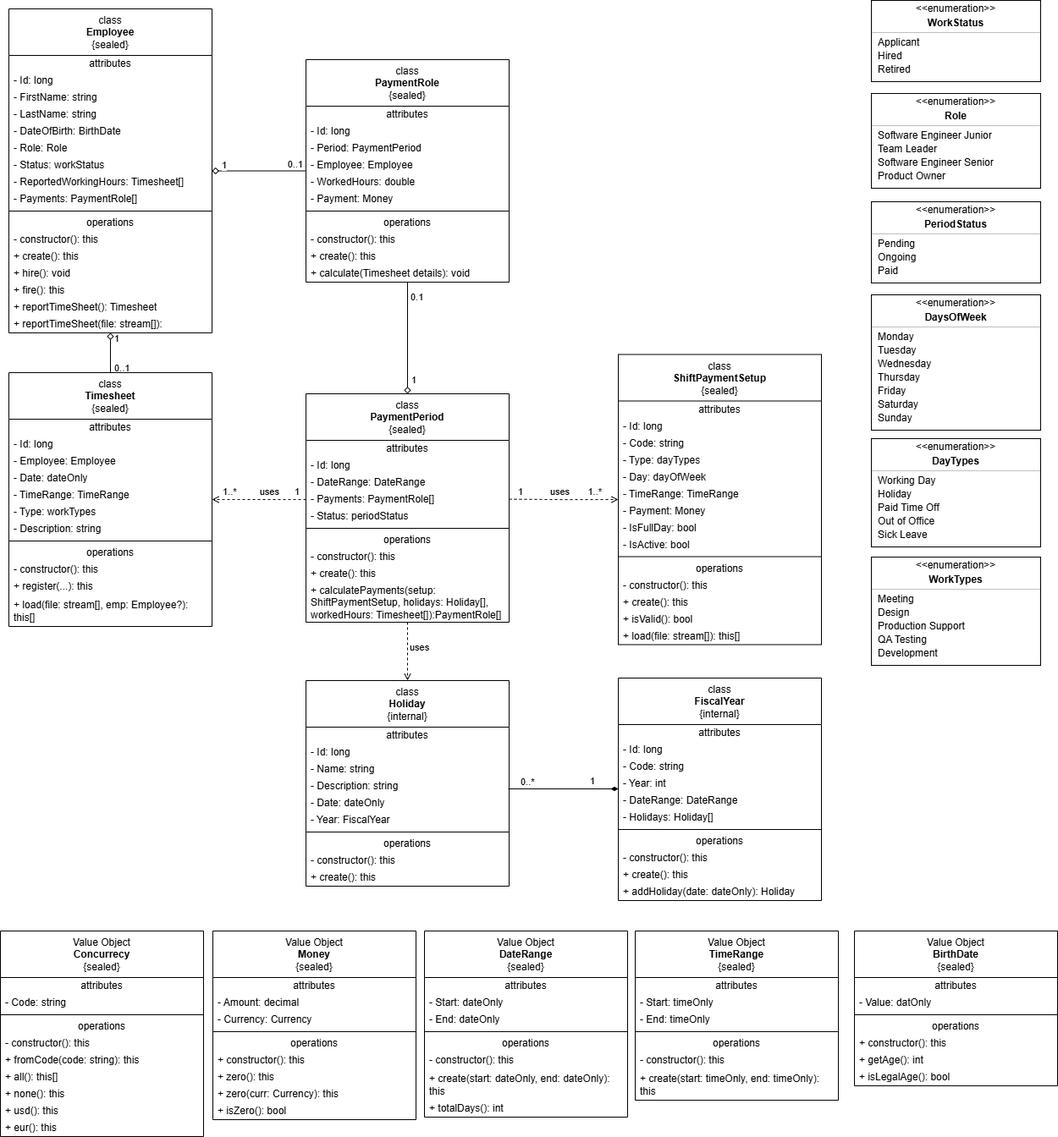
This is docs/images/domain-model.png from rsmacias/PaymentCalculator, a draw.io export, as it was before one commit. Source tidied: cells renumbered, new cells last; positions are measured from the earlier drawing's top-left corner, leaving out a move shared by most shapes.
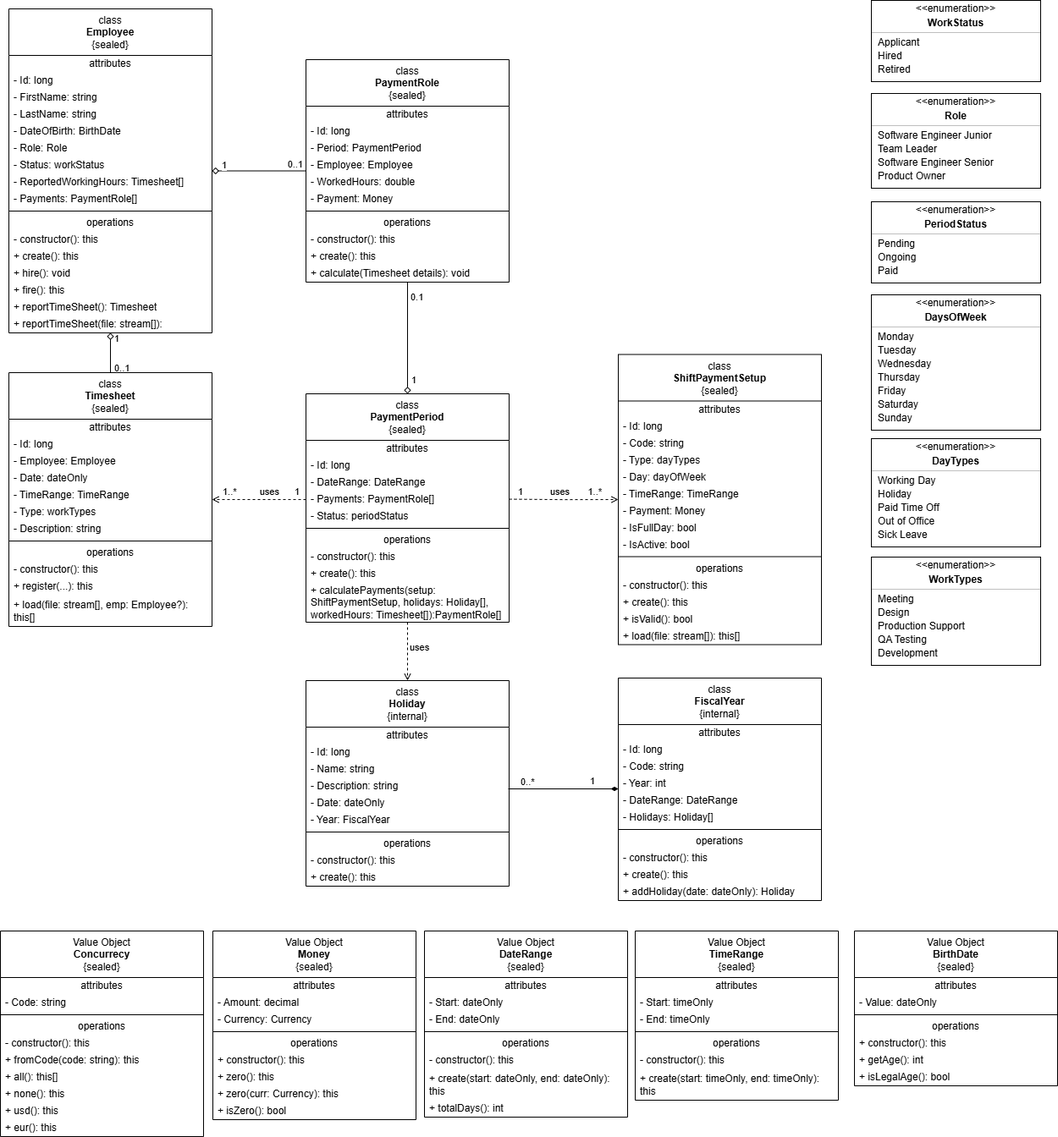
After the commit.

Commit message:
fix(diagram): minor fix on the birthdate value object image.

The edit, as a diff of the source:
```diff
@@ -648,7 +648,7 @@
     <mxCell id="213" value="attributes" style="text;html=1;strokeColor=none;fillColor=none;align=center;verticalAlign=middle;spacingLeft=4;spacingRight=4;overflow=hidden;whiteSpace=wrap;" parent="212" vertex="1">
       <mxGeometry y="55" width="240" height="20" as="geometry" />
     </mxCell>
-    <mxCell id="214" value="- Value: datOnly" style="text;html=1;strokeColor=none;fillColor=none;align=left;verticalAlign=middle;spacingLeft=4;spacingRight=4;overflow=hidden;whiteSpace=wrap;" parent="212" vertex="1">
+    <mxCell id="214" value="- Value: dateOnly" style="text;html=1;strokeColor=none;fillColor=none;align=left;verticalAlign=middle;spacingLeft=4;spacingRight=4;overflow=hidden;whiteSpace=wrap;" parent="212" vertex="1">
       <mxGeometry y="75" width="240" height="20" as="geometry" />
     </mxCell>
     <mxCell id="215" style="line;strokeWidth=1;fillColor=none;align=left;verticalAlign=middle;spacingTop=-1;spacingLeft=3;spacingRight=3;labelPosition=right;" parent="212" vertex="1">
```
